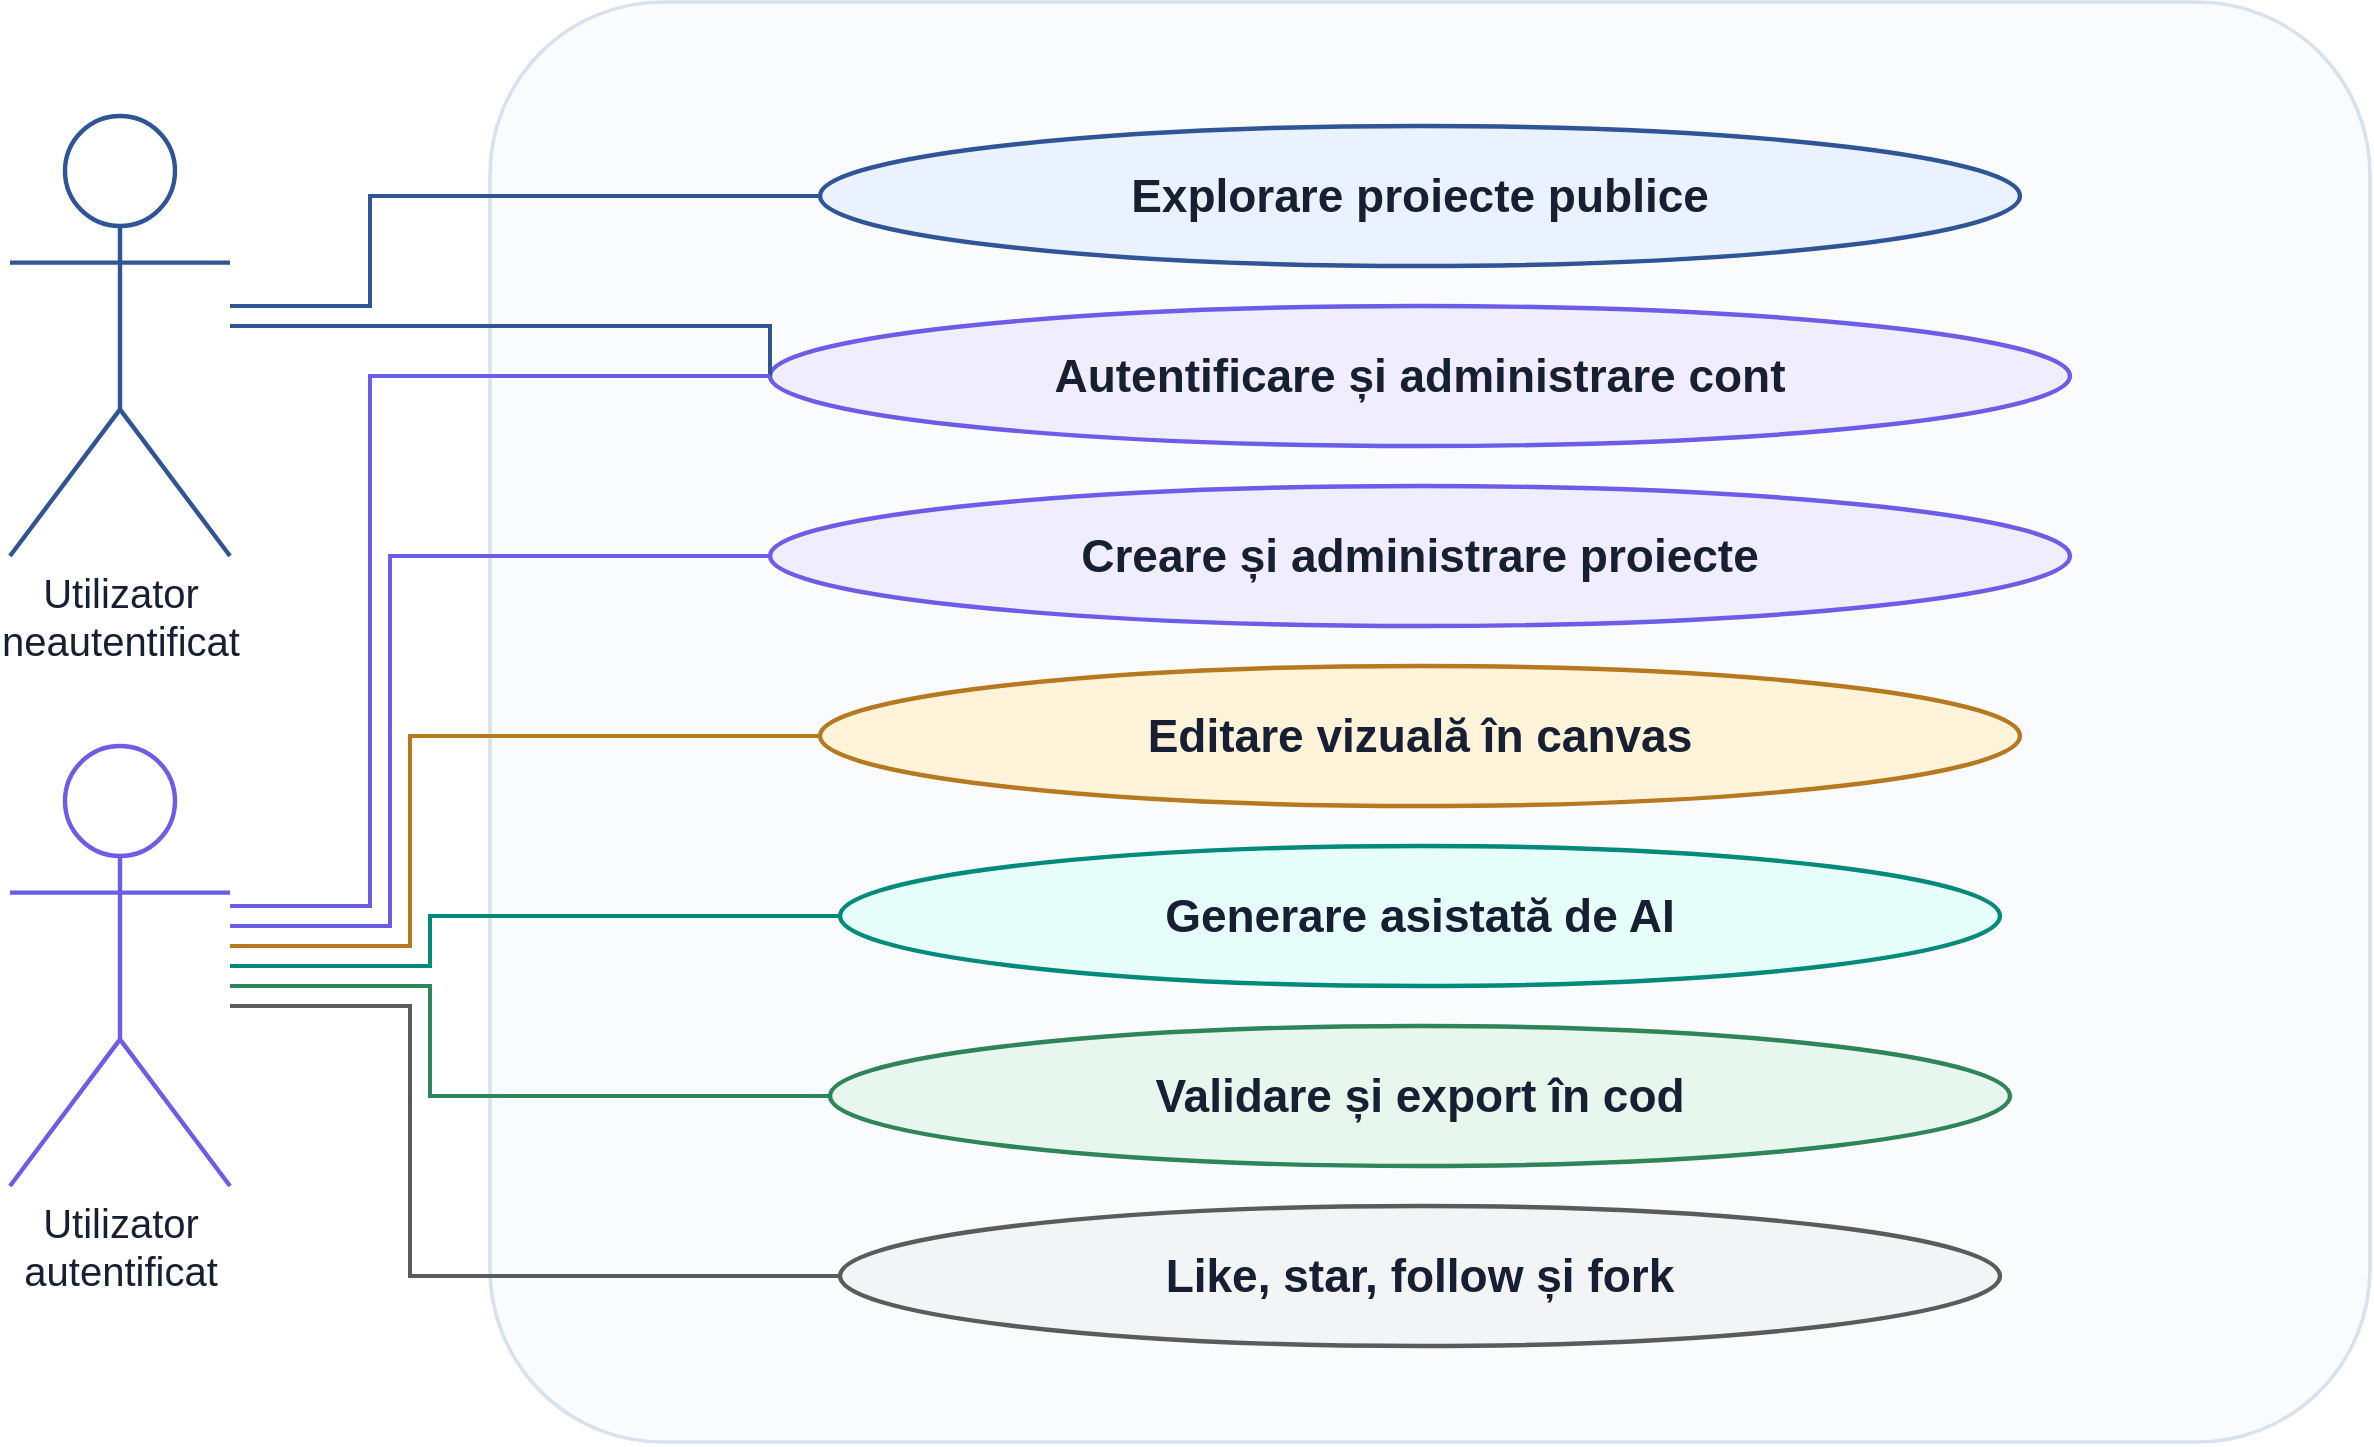
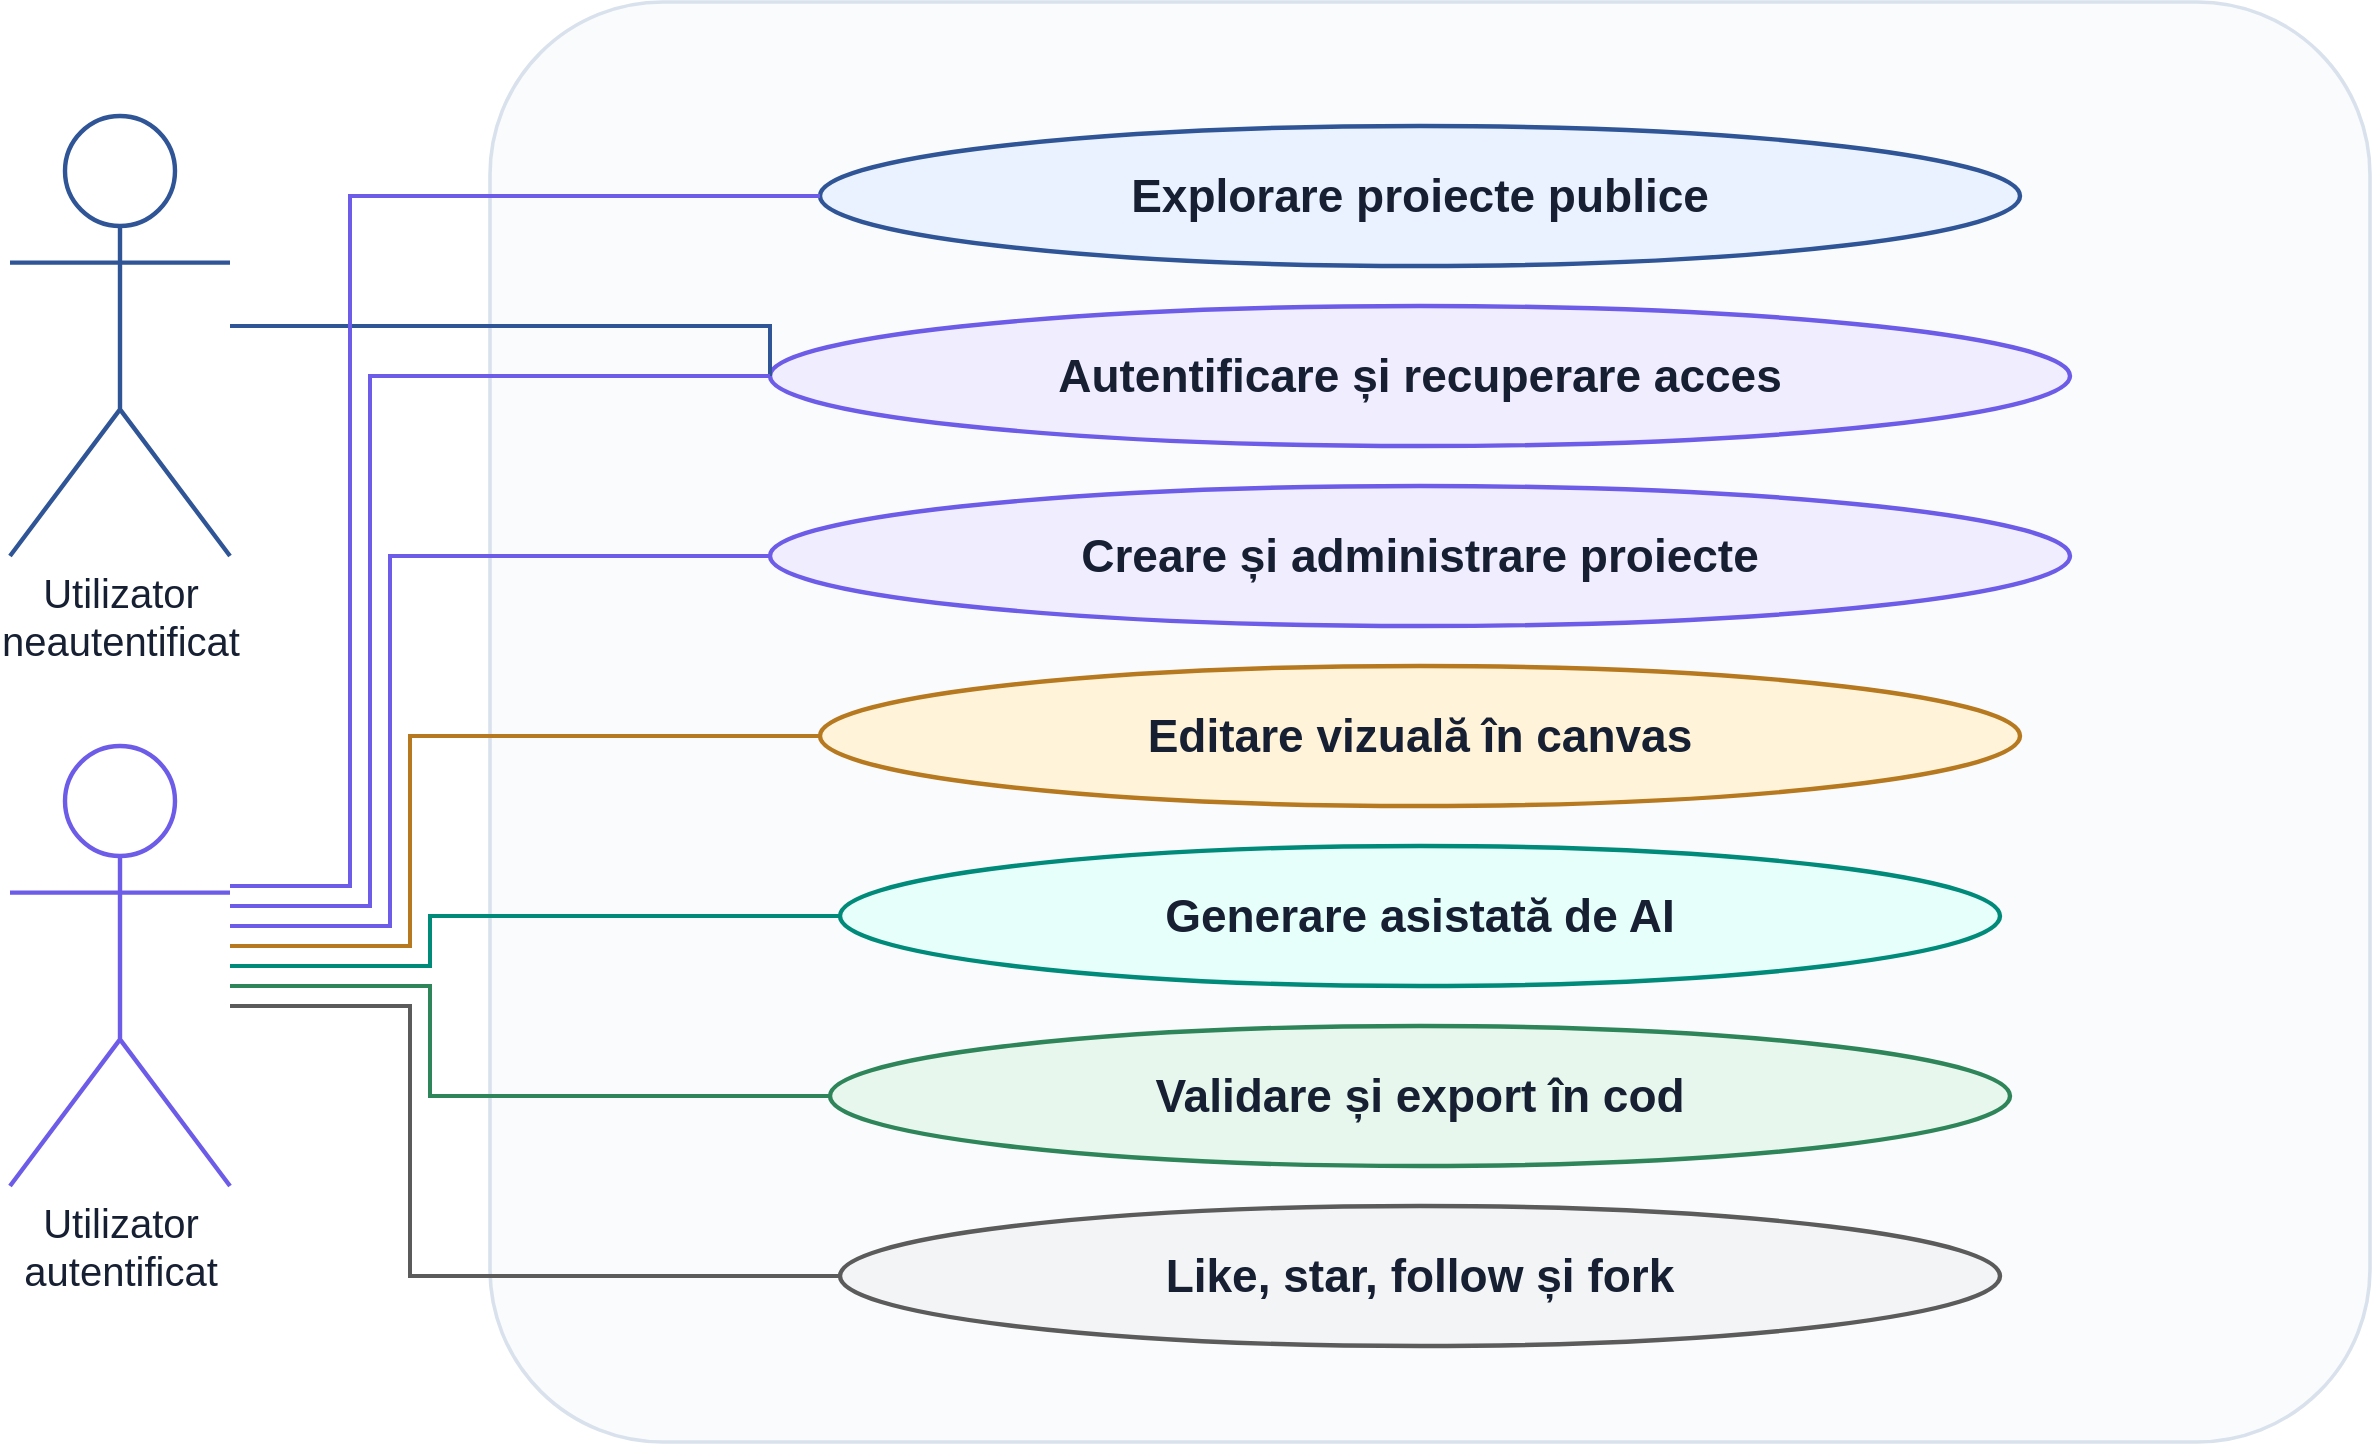
<mxfile host="app.diagrams.net" agent="ChatGPT">
  <diagram id="use-case-favigon-clean" name="Use case Favigon - clean">
-     <mxGraphModel dx="2175" dy="1143" grid="1" gridSize="10" guides="1" tooltips="1" connect="1" arrows="1" fold="1" page="1" pageScale="1" pageWidth="1360" pageHeight="900" math="0" shadow="0">
+     <mxGraphModel dx="1263" dy="1025" grid="1" gridSize="10" guides="1" tooltips="1" connect="1" arrows="1" fold="1" page="1" pageScale="1" pageWidth="1360" pageHeight="900" math="0" shadow="0">
      <root>
        <mxCell id="0" />
        <mxCell id="1" parent="0" />
        <mxCell id="system" parent="1" style="rounded=1;whiteSpace=wrap;html=1;arcSize=12;strokeColor=#D9E2EC;strokeWidth=1.8;fillColor=#FAFBFC;shadow=0;" value="" vertex="1">
          <mxGeometry height="720" width="940" x="330" y="108" as="geometry" />
        </mxCell>
        <mxCell id="guest" parent="1" style="shape=umlActor;html=1;outlineConnect=0;verticalLabelPosition=bottom;verticalAlign=top;fontSize=20;fontColor=#172033;strokeColor=#2F5597;strokeWidth=2.2;fillColor=none;" value="Utilizator&lt;br/&gt;neautentificat" vertex="1">
          <mxGeometry height="220" width="110" x="90" y="165" as="geometry" />
        </mxCell>
        <mxCell id="auth" parent="1" style="shape=umlActor;html=1;outlineConnect=0;verticalLabelPosition=bottom;verticalAlign=top;fontSize=20;fontColor=#172033;strokeColor=#6C5CE7;strokeWidth=2.2;fillColor=none;" value="Utilizator&lt;br/&gt;autentificat" vertex="1">
          <mxGeometry height="220" width="110" x="90" y="480" as="geometry" />
        </mxCell>
        <mxCell id="explore" parent="1" style="ellipse;whiteSpace=wrap;html=1;fontSize=23;fontStyle=1;fontColor=#172033;strokeColor=#2F5597;strokeWidth=2.2;fillColor=#EAF2FF;shadow=0;" value="Explorare proiecte publice" vertex="1">
          <mxGeometry height="70" width="600" x="495" y="170" as="geometry" />
        </mxCell>
-         <mxCell id="account" parent="1" style="ellipse;whiteSpace=wrap;html=1;fontSize=23;fontStyle=1;fontColor=#172033;strokeColor=#6C5CE7;strokeWidth=2.2;fillColor=#F0EDFF;shadow=0;" value="Autentificare și administrare cont" vertex="1">
+         <mxCell id="account" parent="1" style="ellipse;whiteSpace=wrap;html=1;fontSize=23;fontStyle=1;fontColor=#172033;strokeColor=#6C5CE7;strokeWidth=2.2;fillColor=#F0EDFF;shadow=0;" value="Autentificare și recuperare acces" vertex="1">
          <mxGeometry height="70" width="650" x="470" y="260" as="geometry" />
        </mxCell>
        <mxCell id="projects" parent="1" style="ellipse;whiteSpace=wrap;html=1;fontSize=23;fontStyle=1;fontColor=#172033;strokeColor=#6C5CE7;strokeWidth=2.2;fillColor=#F0EDFF;shadow=0;" value="Creare și administrare proiecte" vertex="1">
          <mxGeometry height="70" width="650" x="470" y="350" as="geometry" />
        </mxCell>
        <mxCell id="canvas" parent="1" style="ellipse;whiteSpace=wrap;html=1;fontSize=23;fontStyle=1;fontColor=#172033;strokeColor=#B7791F;strokeWidth=2.2;fillColor=#FFF4DA;shadow=0;" value="Editare vizuală în canvas" vertex="1">
          <mxGeometry height="70" width="600" x="495" y="440" as="geometry" />
        </mxCell>
        <mxCell id="ai_uc" parent="1" style="ellipse;whiteSpace=wrap;html=1;fontSize=23;fontStyle=1;fontColor=#172033;strokeColor=#008A7A;strokeWidth=2.2;fillColor=#E6FFFA;shadow=0;" value="Generare asistată de AI" vertex="1">
          <mxGeometry height="70" width="580" x="505" y="530" as="geometry" />
        </mxCell>
        <mxCell id="export" parent="1" style="ellipse;whiteSpace=wrap;html=1;fontSize=23;fontStyle=1;fontColor=#172033;strokeColor=#2F855A;strokeWidth=2.2;fillColor=#E8F7EE;shadow=0;" value="Validare și export în cod" vertex="1">
          <mxGeometry height="70" width="590" x="500" y="620" as="geometry" />
        </mxCell>
        <mxCell id="social" parent="1" style="ellipse;whiteSpace=wrap;html=1;fontSize=23;fontStyle=1;fontColor=#172033;strokeColor=#5B5B5B;strokeWidth=2.2;fillColor=#F3F4F6;shadow=0;" value="Like, star, follow și fork" vertex="1">
          <mxGeometry height="70" width="580" x="505" y="710" as="geometry" />
-         </mxCell>
-         <mxCell id="ue1" edge="1" parent="1" source="guest" style="edgeStyle=orthogonalEdgeStyle;rounded=0;orthogonalLoop=1;jettySize=auto;html=1;strokeColor=#2F5597;strokeWidth=2.0;endArrow=none;startArrow=none;" target="explore">
-           <mxGeometry relative="1" as="geometry">
-             <Array as="points">
-               <mxPoint x="270" y="260" />
-               <mxPoint x="270" y="205" />
-             </Array>
-           </mxGeometry>
        </mxCell>
        <mxCell id="ue2" edge="1" parent="1" source="guest" style="edgeStyle=orthogonalEdgeStyle;rounded=0;orthogonalLoop=1;jettySize=auto;html=1;strokeColor=#2F5597;strokeWidth=2.0;endArrow=none;startArrow=none;entryX=0;entryY=0.5;entryDx=0;entryDy=0;" target="account">
          <mxGeometry relative="1" as="geometry">
            <Array as="points">
              <mxPoint x="470" y="270" />
            </Array>
          </mxGeometry>
        </mxCell>
        <mxCell id="ue3" edge="1" parent="1" source="auth" style="edgeStyle=orthogonalEdgeStyle;rounded=0;orthogonalLoop=1;jettySize=auto;html=1;strokeColor=#6C5CE7;strokeWidth=2.0;endArrow=none;startArrow=none;" target="account">
          <mxGeometry relative="1" as="geometry">
            <Array as="points">
              <mxPoint x="270" y="560" />
              <mxPoint x="270" y="295" />
            </Array>
          </mxGeometry>
        </mxCell>
        <mxCell id="ue4" edge="1" parent="1" source="auth" style="edgeStyle=orthogonalEdgeStyle;rounded=0;orthogonalLoop=1;jettySize=auto;html=1;strokeColor=#6C5CE7;strokeWidth=2.0;endArrow=none;startArrow=none;" target="projects">
          <mxGeometry relative="1" as="geometry">
            <Array as="points">
              <mxPoint x="280" y="570" />
              <mxPoint x="280" y="385" />
            </Array>
          </mxGeometry>
        </mxCell>
        <mxCell id="ue5" edge="1" parent="1" source="auth" style="edgeStyle=orthogonalEdgeStyle;rounded=0;orthogonalLoop=1;jettySize=auto;html=1;strokeColor=#B7791F;strokeWidth=2.0;endArrow=none;startArrow=none;" target="canvas">
          <mxGeometry relative="1" as="geometry">
            <Array as="points">
              <mxPoint x="290" y="580" />
              <mxPoint x="290" y="475" />
            </Array>
          </mxGeometry>
        </mxCell>
        <mxCell id="ue6" edge="1" parent="1" source="auth" style="edgeStyle=orthogonalEdgeStyle;rounded=0;orthogonalLoop=1;jettySize=auto;html=1;strokeColor=#008A7A;strokeWidth=2.0;endArrow=none;startArrow=none;" target="ai_uc">
          <mxGeometry relative="1" as="geometry">
            <Array as="points">
              <mxPoint x="300" y="590" />
              <mxPoint x="300" y="565" />
            </Array>
          </mxGeometry>
        </mxCell>
        <mxCell id="ue7" edge="1" parent="1" source="auth" style="edgeStyle=orthogonalEdgeStyle;rounded=0;orthogonalLoop=1;jettySize=auto;html=1;strokeColor=#2F855A;strokeWidth=2.0;endArrow=none;startArrow=none;" target="export">
          <mxGeometry relative="1" as="geometry">
            <Array as="points">
              <mxPoint x="300" y="600" />
              <mxPoint x="300" y="655" />
            </Array>
          </mxGeometry>
        </mxCell>
        <mxCell id="ue8" edge="1" parent="1" source="auth" style="edgeStyle=orthogonalEdgeStyle;rounded=0;orthogonalLoop=1;jettySize=auto;html=1;strokeColor=#5B5B5B;strokeWidth=2.0;endArrow=none;startArrow=none;" target="social">
          <mxGeometry relative="1" as="geometry">
            <Array as="points">
              <mxPoint x="290" y="610" />
              <mxPoint x="290" y="745" />
            </Array>
          </mxGeometry>
        </mxCell>
+         <mxCell id="Jwl78VvHuX4tMuWKZKYR-1" edge="1" parent="1" style="edgeStyle=orthogonalEdgeStyle;rounded=0;orthogonalLoop=1;jettySize=auto;html=1;strokeColor=#6C5CE7;strokeWidth=2.0;endArrow=none;startArrow=none;entryX=0;entryY=0.5;entryDx=0;entryDy=0;" target="explore">
+           <mxGeometry relative="1" as="geometry">
+             <Array as="points">
+               <mxPoint x="260" y="550" />
+               <mxPoint x="260" y="205" />
+             </Array>
+             <mxPoint x="200" y="550" as="sourcePoint" />
+             <mxPoint x="470" y="285" as="targetPoint" />
+           </mxGeometry>
+         </mxCell>
      </root>
    </mxGraphModel>
  </diagram>
</mxfile>
